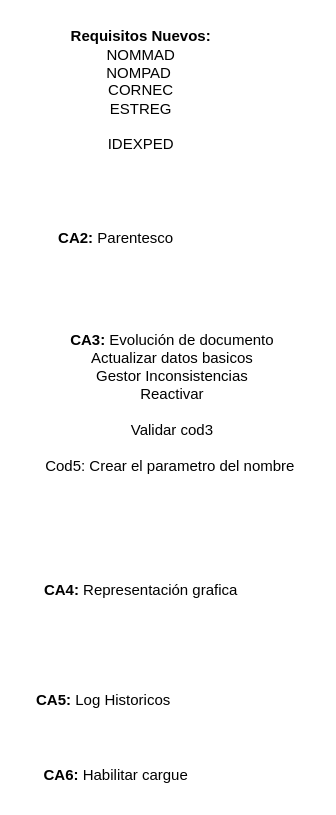
The draw.io diagram page "Page-1" (1 of 3) of IntegracionRegistraduria.drawio in carlosvalderrama1204/diagrams, before the edit. Source tidied: cells renumbered, new cells numbered last; positions are measured from the earlier drawing's top-left corner, leaving out a move shared by most shapes. Both pictures are drawn from the tidied source at 125%, with x=0, y=0 at pixel (21, 21).
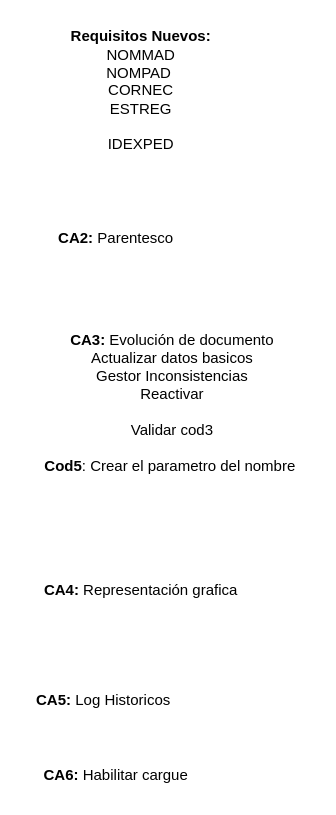
After the change.

Change to the diagram source:
```diff
@@
 <mxGraphModel>
   <root>
     <mxCell id="0" />
     <mxCell id="1" parent="0" />
     <mxCell id="2" value="&lt;b&gt;Requisitos Nuevos:&lt;/b&gt;&lt;div&gt;&lt;span style=&quot;font-size:9.0pt;font-family:&lt;br/&gt;&amp;quot;Arial&amp;quot;,sans-serif;mso-fareast-font-family:&amp;quot;Times New Roman&amp;quot;;mso-ansi-language:&lt;br/&gt;ES-CO;mso-fareast-language:ES-CO;mso-bidi-language:AR-SA&quot; lang=&quot;ES-CO&quot;&gt;NOMMAD&lt;/span&gt;&lt;/div&gt;&lt;div&gt;&lt;span style=&quot;font-size:9.0pt;font-family:&lt;br/&gt;&amp;quot;Arial&amp;quot;,sans-serif;mso-fareast-font-family:&amp;quot;Times New Roman&amp;quot;;mso-ansi-language:&lt;br/&gt;ES-CO;mso-fareast-language:ES-CO;mso-bidi-language:AR-SA&quot; lang=&quot;ES-CO&quot;&gt;NOMPAD&amp;nbsp;&lt;/span&gt;&lt;b&gt;&lt;br&gt;&lt;/b&gt;&lt;/div&gt;&lt;div&gt;&lt;span style=&quot;font-size:9.0pt;font-family:&lt;br/&gt;&amp;quot;Arial&amp;quot;,sans-serif;mso-fareast-font-family:&amp;quot;Times New Roman&amp;quot;;mso-ansi-language:&lt;br/&gt;ES-CO;mso-fareast-language:ES-CO;mso-bidi-language:AR-SA;mso-bidi-font-weight:&lt;br/&gt;bold&quot; lang=&quot;ES-CO&quot;&gt;CORNEC&lt;/span&gt;&lt;b&gt;&lt;br&gt;&lt;/b&gt;&lt;/div&gt;&lt;div&gt;&lt;span style=&quot;font-size:9.0pt;font-family:&lt;br/&gt;&amp;quot;Arial&amp;quot;,sans-serif;mso-fareast-font-family:&amp;quot;Times New Roman&amp;quot;;mso-ansi-language:&lt;br/&gt;ES-CO;mso-fareast-language:ES-CO;mso-bidi-language:AR-SA;mso-bidi-font-weight:&lt;br/&gt;bold&quot; lang=&quot;ES-CO&quot;&gt;&lt;span style=&quot;font-size: 9pt;&quot; lang=&quot;ES-CO&quot;&gt;ESTREG&lt;/span&gt;&lt;br&gt;&lt;/span&gt;&lt;/div&gt;&lt;div&gt;&lt;span style=&quot;font-size:9.0pt;font-family:&lt;br/&gt;&amp;quot;Arial&amp;quot;,sans-serif;mso-fareast-font-family:&amp;quot;Times New Roman&amp;quot;;mso-ansi-language:&lt;br/&gt;ES-CO;mso-fareast-language:ES-CO;mso-bidi-language:AR-SA;mso-bidi-font-weight:&lt;br/&gt;bold&quot; lang=&quot;ES-CO&quot;&gt;&lt;br&gt;&lt;/span&gt;&lt;/div&gt;&lt;div&gt;&lt;span style=&quot;font-size:9.0pt;font-family:&lt;br/&gt;&amp;quot;Arial&amp;quot;,sans-serif;mso-fareast-font-family:&amp;quot;Times New Roman&amp;quot;;mso-ansi-language:&lt;br/&gt;ES-CO;mso-fareast-language:ES-CO;mso-bidi-language:AR-SA;mso-bidi-font-weight:&lt;br/&gt;bold&quot; lang=&quot;ES-CO&quot;&gt;IDEXPED&lt;/span&gt;&lt;/div&gt;" style="text;html=1;align=center;verticalAlign=middle;strokeColor=none;fillColor=none;" parent="1" vertex="1">
       <mxGeometry x="25" width="140" height="110" as="geometry" />
     </mxCell>
     <mxCell id="3" value="&lt;b&gt;CA2: &lt;/b&gt;Parentesco" style="text;html=1;align=center;verticalAlign=middle;strokeColor=none;fillColor=none;" parent="1" vertex="1">
       <mxGeometry x="15" y="158" width="120" height="30" as="geometry" />
     </mxCell>
-    <mxCell id="4" value="&lt;b&gt;CA3: &lt;/b&gt;Evolución de documento&lt;div&gt;Actualizar datos basicos&lt;/div&gt;&lt;div&gt;Gestor Inconsistencias&lt;/div&gt;&lt;div&gt;Reactivar&lt;/div&gt;&lt;div&gt;&lt;br&gt;&lt;/div&gt;&lt;div&gt;Validar cod3&lt;/div&gt;&lt;div&gt;&lt;br&gt;&lt;/div&gt;&lt;div&gt;Cod5: Crear el parametro del nombre&amp;nbsp;&lt;/div&gt;" style="text;html=1;align=center;verticalAlign=middle;strokeColor=none;fillColor=none;" parent="1" vertex="1">
+    <mxCell id="4" value="&lt;b&gt;CA3: &lt;/b&gt;Evolución de documento&lt;div&gt;Actualizar datos basicos&lt;/div&gt;&lt;div&gt;Gestor Inconsistencias&lt;/div&gt;&lt;div&gt;Reactivar&lt;/div&gt;&lt;div&gt;&lt;br&gt;&lt;/div&gt;&lt;div&gt;Validar cod3&lt;/div&gt;&lt;div&gt;&lt;br&gt;&lt;/div&gt;&lt;div&gt;&lt;b&gt;Cod5&lt;/b&gt;: Crear el parametro del nombre&amp;nbsp;&lt;/div&gt;" style="text;html=1;align=center;verticalAlign=middle;strokeColor=none;fillColor=none;" parent="1" vertex="1">
       <mxGeometry x="5" y="240" width="230" height="130" as="geometry" />
     </mxCell>
     <mxCell id="5" value="&lt;b&gt;CA4: &lt;/b&gt;Representación grafica" style="text;html=1;align=center;verticalAlign=middle;strokeColor=none;fillColor=none;" parent="1" vertex="1">
       <mxGeometry x="5" y="440" width="180" height="30" as="geometry" />
     </mxCell>
     <mxCell id="6" value="&lt;b&gt;CA5: &lt;/b&gt;Log Historicos" style="text;html=1;align=center;verticalAlign=middle;strokeColor=none;fillColor=none;" parent="1" vertex="1">
       <mxGeometry y="528" width="130" height="30" as="geometry" />
     </mxCell>
     <mxCell id="7" value="&lt;b&gt;CA6: &lt;/b&gt;Habilitar cargue" style="text;html=1;align=center;verticalAlign=middle;strokeColor=none;fillColor=none;" parent="1" vertex="1">
       <mxGeometry x="5" y="588" width="140" height="30" as="geometry" />
     </mxCell>
   </root>
 </mxGraphModel>
```
